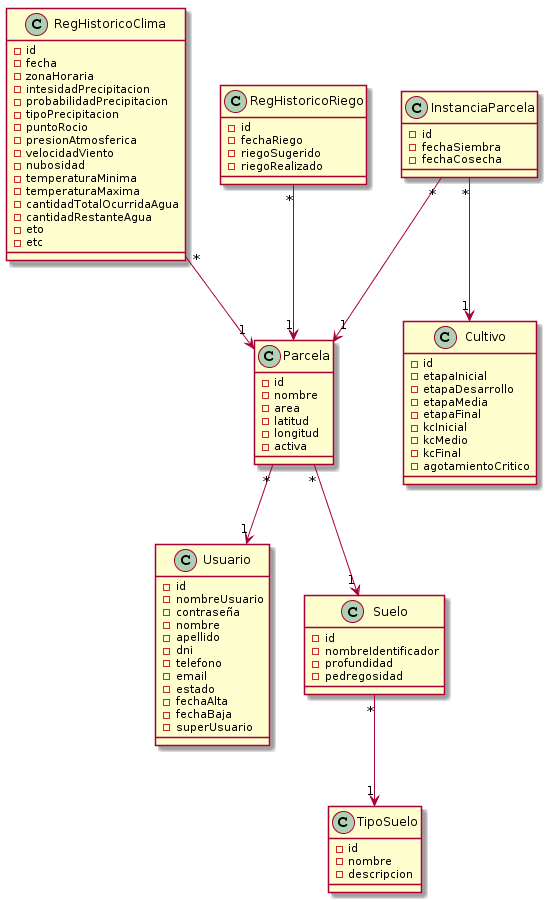
Above: Modelo de dominio/MDominio: Sistema de riego.png in FacuDeveloper/Sistema-de-riego (PlantUML), before the change.
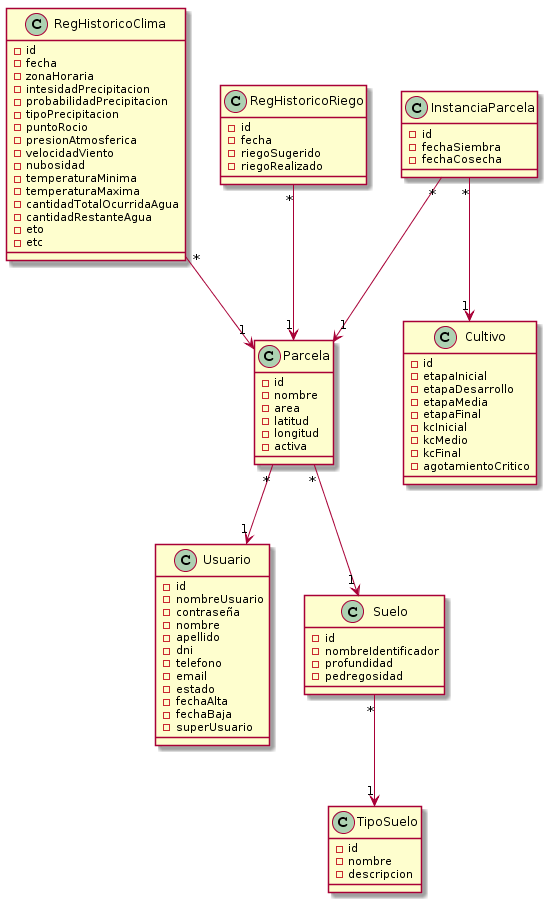
Above is the later version.

Commit message:
Modelo de dominio, modificado

Change to the diagram source:
```diff
@@ -68,7 +68,7 @@
 
 class RegHistoricoRiego {
 -id
--fechaRiego
+-fecha
 -riegoSugerido
 -riegoRealizado
 }
```
